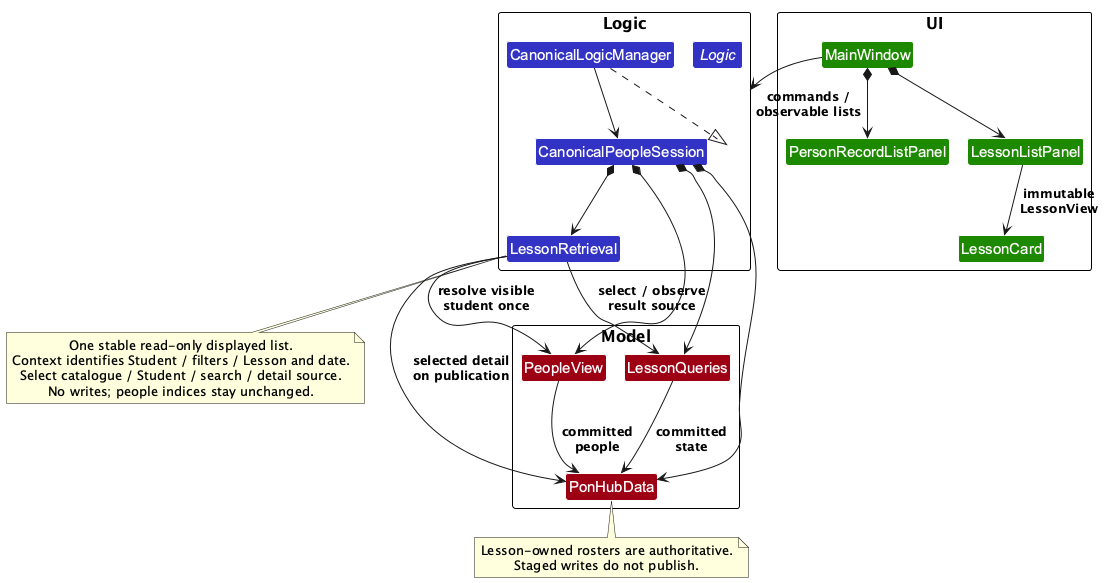
This is docs/images/LessonRetrieval.png from AY2627S1-CS2103T-F13-3/tp, a PlantUML export, as it was before one commit.
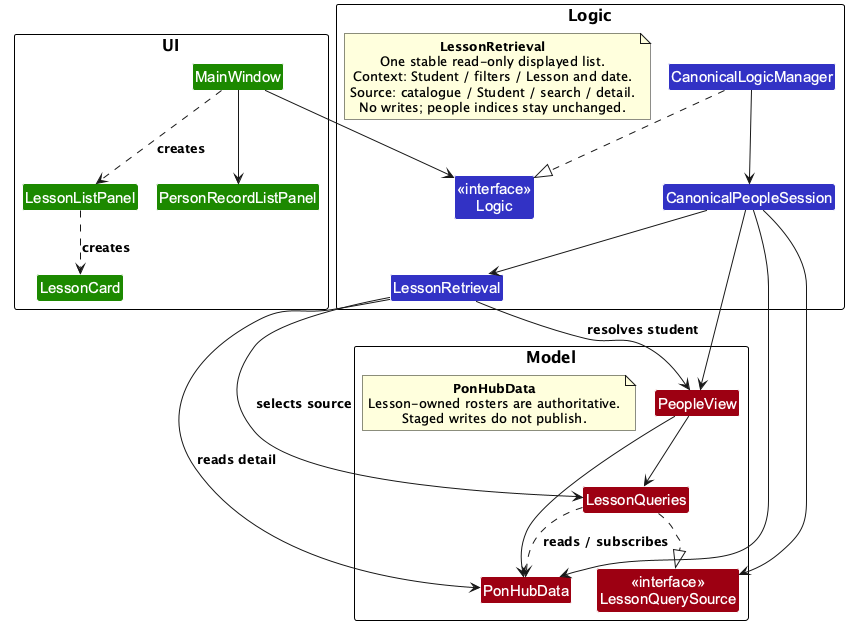
Above is the later version.

Commit message:
Correct retrieval and UI diagram structure

The edit, as a diff of the source:
```diff
@@ -2,51 +2,56 @@
 !pragma layout smetana
 !include style.puml
 skinparam classBackgroundColor LOGIC_COLOR
-skinparam nodesep 75
-skinparam ranksep 75
+skinparam nodesep 30
+skinparam ranksep 40
 
-package UI {
+package UI as UiPackage {
     class MainWindow UI_COLOR
     class PersonRecordListPanel UI_COLOR
     class LessonListPanel UI_COLOR
     class LessonCard UI_COLOR
 }
-package Logic {
-    interface Logic
+package Logic as LogicPackage {
+    class "<<interface>>\nLogic" as LogicApi
     class CanonicalLogicManager
     class CanonicalPeopleSession
     class LessonRetrieval
+    note as SelectorNote
+      <b>LessonRetrieval</b>
+      One stable read-only displayed list.
+      Context: Student / filters / Lesson and date.
+      Source: catalogue / Student / search / detail.
+      No writes; people indices stay unchanged.
+    end note
 }
-package Model {
+package Model as ModelPackage {
     class PeopleView MODEL_COLOR
+    class "<<interface>>\nLessonQuerySource" as LessonQuerySource MODEL_COLOR
     class LessonQueries MODEL_COLOR
     class PonHubData MODEL_COLOR
+    note as PublicationNote
+      <b>PonHubData</b>
+      Lesson-owned rosters are authoritative.
+      Staged writes do not publish.
+    end note
 }
 
-MainWindow *--> PersonRecordListPanel
-MainWindow *--> LessonListPanel
-LessonListPanel --> LessonCard : immutable\nLessonView
-MainWindow --> Logic : commands /\nobservable lists
-CanonicalLogicManager ..|> Logic
+MainWindow --> PersonRecordListPanel
+MainWindow ..> LessonListPanel : creates
+LessonListPanel ..> LessonCard : creates
+MainWindow -down-> LogicApi
+CanonicalLogicManager ..|> LogicApi
 CanonicalLogicManager --> CanonicalPeopleSession
-CanonicalPeopleSession *--> LessonRetrieval
-CanonicalPeopleSession *--> LessonQueries
-CanonicalPeopleSession *--> PeopleView
-CanonicalPeopleSession *--> PonHubData
-LessonRetrieval --> PeopleView : resolve visible\nstudent once
-LessonRetrieval --> LessonQueries : select / observe\nresult source
-LessonRetrieval --> PonHubData : selected detail\non publication
-LessonQueries --> PonHubData : committed\nstate
-PeopleView --> PonHubData : committed\npeople
+CanonicalPeopleSession --> LessonRetrieval
+CanonicalPeopleSession --> LessonQuerySource
+LessonQueries ..|> LessonQuerySource
+CanonicalPeopleSession --> PeopleView
+CanonicalPeopleSession --> PonHubData
+LessonRetrieval --> PeopleView : resolves student
+LessonRetrieval --> LessonQueries : selects source
+LessonRetrieval --> PonHubData : reads detail
+LessonQueries ..> PonHubData : reads / subscribes
+PeopleView --> PonHubData
+PeopleView --> LessonQueries
 
-note bottom of LessonRetrieval
-  One stable read-only displayed list.
-  Context identifies Student / filters / Lesson and date.
-  Select catalogue / Student / search / detail source.
-  No writes; people indices stay unchanged.
-end note
-note bottom of PonHubData
-  Lesson-owned rosters are authoritative.
-  Staged writes do not publish.
-end note
 @enduml
```
